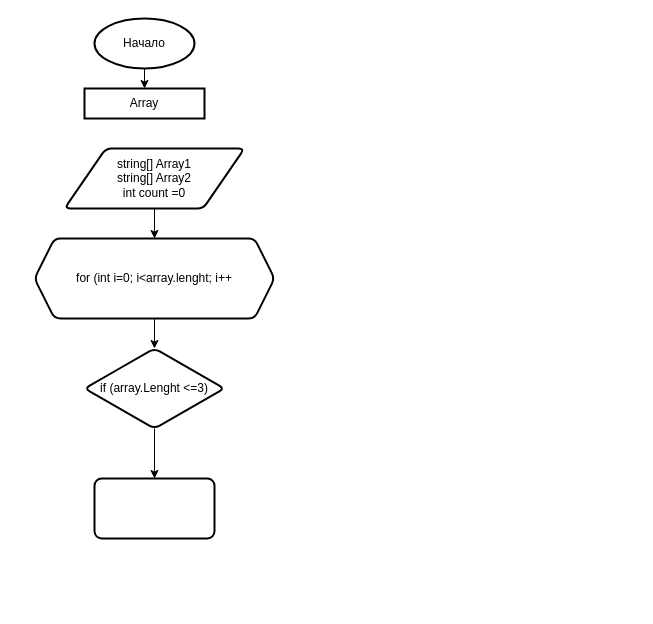
Before: test.drawio in LiliyaRafikova/ControlWork, a draw.io diagram. Source tidied: cells renumbered, new cells numbered last; positions are measured from the earlier drawing's top-left corner, leaving out a move shared by most shapes. Both pictures are drawn from the tidied source at 100%, with x=0, y=0 at pixel (34, 18).
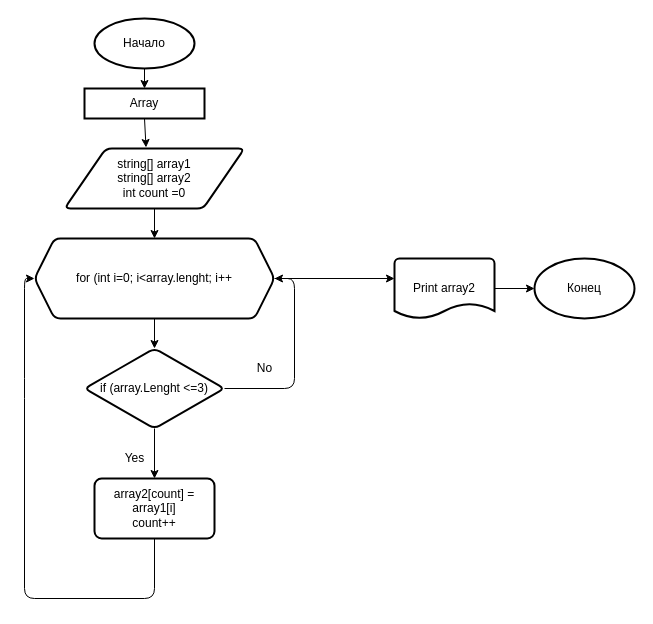
The same page after the edit.

Unchanged cells that the change refers to:
```xml
<mxCell id="4" value="Array" style="whiteSpace=wrap;html=1;strokeWidth=2;" parent="1" vertex="1">
  <mxGeometry x="50" y="70" width="120" height="30" as="geometry" />
</mxCell>
<mxCell id="8" value="for (int i=0; i&amp;lt;array.lenght; i++" style="shape=hexagon;perimeter=hexagonPerimeter2;whiteSpace=wrap;html=1;fixedSize=1;strokeWidth=2;rounded=1;arcSize=12;" parent="1" vertex="1">
  <mxGeometry y="220" width="240" height="80" as="geometry" />
</mxCell>
<mxCell id="10" value="if (array.Lenght &amp;lt;=3)" style="rhombus;whiteSpace=wrap;html=1;strokeWidth=2;rounded=1;arcSize=12;" parent="1" vertex="1">
  <mxGeometry x="50" y="330" width="140" height="80" as="geometry" />
</mxCell>
```

Diff of the diagram source:
```diff
@@
+    <mxCell id="12" style="edgeStyle=none;html=1;exitX=0.5;exitY=1;exitDx=0;exitDy=0;entryX=0.453;entryY=-0.017;entryDx=0;entryDy=0;entryPerimeter=0;" parent="1" edge="1" source="4" target="6">
+      <mxGeometry relative="1" as="geometry" />
+    </mxCell>
@@
-    <mxCell id="6" value="string[] Array1&lt;br&gt;string[] Array2&lt;br&gt;int count =0" style="shape=parallelogram;html=1;strokeWidth=2;perimeter=parallelogramPerimeter;whiteSpace=wrap;rounded=1;arcSize=12;size=0.23;" parent="1" vertex="1">
+    <mxCell id="6" value="string[] array1&lt;br&gt;string[] array2&lt;br&gt;int count =0" style="shape=parallelogram;html=1;strokeWidth=2;perimeter=parallelogramPerimeter;whiteSpace=wrap;rounded=1;arcSize=12;size=0.23;" parent="1" vertex="1">
       <mxGeometry x="30" y="130" width="180" height="60" as="geometry" />
     </mxCell>
@@
+    <mxCell id="13" style="edgeStyle=none;html=1;" parent="1" edge="1" source="8">
+      <mxGeometry relative="1" as="geometry">
+        <mxPoint x="360" y="260" as="targetPoint" />
+      </mxGeometry>
+    </mxCell>
@@
+    <mxCell id="14" style="edgeStyle=none;html=1;exitX=1;exitY=0.5;exitDx=0;exitDy=0;entryX=1;entryY=0.5;entryDx=0;entryDy=0;" parent="1" edge="1" source="10" target="8">
+      <mxGeometry relative="1" as="geometry">
+        <Array as="points">
+          <mxPoint x="260" y="370" />
+          <mxPoint x="260" y="260" />
+        </Array>
+      </mxGeometry>
+    </mxCell>
@@
+    <mxCell id="15" style="edgeStyle=none;html=1;exitX=0.5;exitY=1;exitDx=0;exitDy=0;entryX=0;entryY=0.5;entryDx=0;entryDy=0;" parent="1" edge="1" source="11" target="8">
+      <mxGeometry relative="1" as="geometry">
+        <Array as="points">
+          <mxPoint x="120" y="580" />
+          <mxPoint x="-10" y="580" />
+          <mxPoint x="-10" y="370" />
+          <mxPoint x="-10" y="260" />
+        </Array>
+      </mxGeometry>
+    </mxCell>
-    <mxCell id="11" style="whiteSpace=wrap;html=1;strokeWidth=2;rounded=1;arcSize=12;" parent="1" vertex="1">
+    <mxCell id="11" value="array2[count] = array1[i]&lt;br&gt;count++" style="whiteSpace=wrap;html=1;strokeWidth=2;rounded=1;arcSize=12;" parent="1" vertex="1">
       <mxGeometry x="60" y="460" width="120" height="60" as="geometry" />
     </mxCell>
+    <mxCell id="16" value="Yes" style="text;html=1;align=center;verticalAlign=middle;strokeColor=none;fillColor=none;" parent="1" vertex="1">
+      <mxGeometry x="80" y="430" width="40" height="20" as="geometry" />
+    </mxCell>
+    <mxCell id="17" value="No" style="text;html=1;align=center;verticalAlign=middle;strokeColor=none;fillColor=none;" parent="1" vertex="1">
+      <mxGeometry x="215" y="340" width="30" height="20" as="geometry" />
+    </mxCell>
+    <mxCell id="18" style="edgeStyle=none;html=1;exitX=1;exitY=0.5;exitDx=0;exitDy=0;exitPerimeter=0;" parent="1" edge="1" source="19" target="20">
+      <mxGeometry relative="1" as="geometry" />
+    </mxCell>
+    <mxCell id="19" value="Print array2" style="strokeWidth=2;html=1;shape=mxgraph.flowchart.document2;whiteSpace=wrap;size=0.25;" parent="1" vertex="1">
+      <mxGeometry x="360" y="240" width="100" height="60" as="geometry" />
+    </mxCell>
+    <mxCell id="20" value="Конец" style="strokeWidth=2;html=1;shape=mxgraph.flowchart.start_1;whiteSpace=wrap;" parent="1" vertex="1">
+      <mxGeometry x="500" y="240" width="100" height="60" as="geometry" />
+    </mxCell>
```
